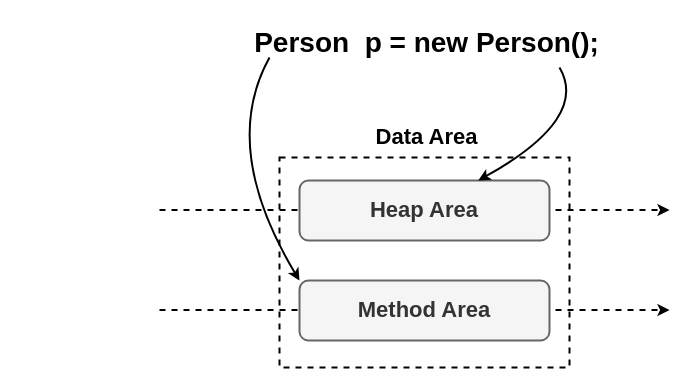
Before: heap-race.drawio in auula/draw.io, a draw.io diagram. Source tidied: cells renumbered, new cells numbered last; positions are measured from the earlier drawing's top-left corner, leaving out a move shared by most shapes. Both pictures are drawn from the tidied source at 100%, with x=0, y=0 at pixel (159, 17).
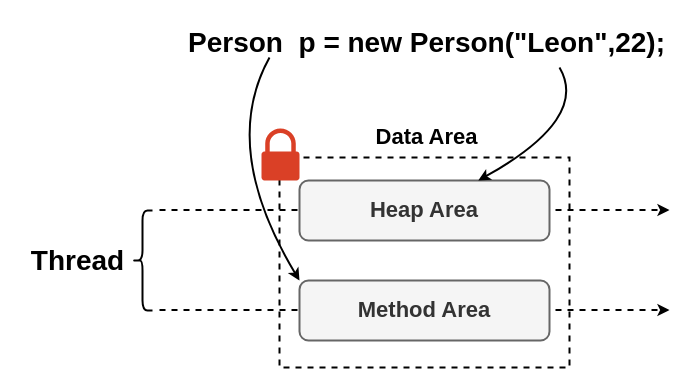
The same diagram, later.

The edit, as a diff of the source:
```diff
@@
 <mxGraphModel>
   <root>
     <mxCell id="0" />
     <mxCell id="1" parent="0" />
     <mxCell id="2" style="endArrow=classic;html=1;rounded=0;fontSize=22;strokeWidth=2;dashed=1;" parent="1" edge="1">
       <mxGeometry relative="1" as="geometry">
         <mxPoint y="292.5" as="sourcePoint" />
         <mxPoint x="510" y="292.5" as="targetPoint" />
       </mxGeometry>
     </mxCell>
     <mxCell id="3" style="endArrow=classic;html=1;rounded=0;fontSize=22;strokeWidth=2;dashed=1;" parent="1" edge="1">
       <mxGeometry relative="1" as="geometry">
         <mxPoint y="192.5" as="sourcePoint" />
         <mxPoint x="510" y="192.5" as="targetPoint" />
       </mxGeometry>
     </mxCell>
     <mxCell id="4" style="rounded=0;whiteSpace=wrap;html=1;strokeWidth=2;dashed=1;fillColor=none;" parent="1" vertex="1">
       <mxGeometry x="120" y="140" width="290" height="210" as="geometry" />
     </mxCell>
     <mxCell id="5" value="&lt;b&gt;&lt;font style=&quot;font-size: 22px;&quot;&gt;Heap Area&lt;/font&gt;&lt;/b&gt;" style="rounded=1;whiteSpace=wrap;html=1;strokeWidth=2;fillColor=#f5f5f5;strokeColor=#666666;fontColor=#333333;" parent="1" vertex="1">
       <mxGeometry x="140" y="163" width="250" height="60" as="geometry" />
     </mxCell>
     <mxCell id="6" value="&lt;b&gt;&lt;font style=&quot;font-size: 22px;&quot;&gt;Method Area&lt;/font&gt;&lt;/b&gt;" style="rounded=1;whiteSpace=wrap;html=1;strokeWidth=2;fillColor=#f5f5f5;fontColor=#333333;strokeColor=#666666;" parent="1" vertex="1">
       <mxGeometry x="140" y="263" width="250" height="60" as="geometry" />
     </mxCell>
     <mxCell id="7" value="&lt;b&gt;Data Area&lt;/b&gt;" style="text;html=1;align=center;verticalAlign=middle;fillColor=none;strokeColor=none;rounded=0;strokeWidth=2;fontSize=22;" parent="1" vertex="1">
       <mxGeometry x="202" y="100" width="130" height="40" as="geometry" />
     </mxCell>
-    <mxCell id="8" value="&lt;b&gt;&lt;font style=&quot;font-size: 28px;&quot;&gt;Person&amp;nbsp; p = new Person();&lt;/font&gt;&lt;/b&gt;" style="text;html=1;align=center;verticalAlign=middle;points=[];strokeColor=none;fillColor=none;" parent="1" vertex="1">
-      <mxGeometry x="82" width="370" height="50" as="geometry" />
+    <mxCell id="8" value="&lt;b&gt;&lt;font style=&quot;font-size: 28px;&quot;&gt;Person&amp;nbsp; p = new Person(&quot;Leon&quot;,22);&lt;/font&gt;&lt;/b&gt;" style="text;html=1;align=center;verticalAlign=middle;points=[];strokeColor=none;fillColor=none;" parent="1" vertex="1">
+      <mxGeometry x="17" width="500" height="50" as="geometry" />
     </mxCell>
     <mxCell id="9" style="curved=1;endArrow=classic;html=1;rounded=0;fontSize=28;strokeWidth=2;" parent="1" edge="1" source="8" target="5">
       <mxGeometry relative="1" as="geometry">
         <Array as="points">
           <mxPoint x="400" y="50" />
           <mxPoint x="430" y="101" />
         </Array>
       </mxGeometry>
     </mxCell>
     <mxCell id="10" style="curved=1;endArrow=classic;html=1;rounded=0;strokeWidth=2;fontSize=28;entryX=0;entryY=0;entryDx=0;entryDy=0;" parent="1" edge="1" target="6">
       <mxGeometry relative="1" as="geometry">
         <mxPoint x="110" y="40" as="sourcePoint" />
         <Array as="points">
           <mxPoint x="60" y="130" />
         </Array>
       </mxGeometry>
     </mxCell>
+    <mxCell id="11" style="sketch=0;shadow=0;dashed=0;html=1;strokeColor=none;labelPosition=center;verticalLabelPosition=bottom;verticalAlign=top;align=center;shape=mxgraph.office.security.lock_protected;fillColor=#DA4026;fontSize=28;" parent="1" vertex="1">
+      <mxGeometry x="102" y="111" width="38" height="52" as="geometry" />
+    </mxCell>
+    <mxCell id="12" value="&lt;b&gt;Thread&lt;/b&gt;" style="text;html=1;align=center;verticalAlign=middle;strokeColor=none;fillColor=none;fontSize=28;" parent="1" vertex="1">
+      <mxGeometry x="-142" y="218" width="120" height="50" as="geometry" />
+    </mxCell>
+    <mxCell id="13" style="shape=curlyBracket;whiteSpace=wrap;html=1;rounded=1;labelPosition=left;verticalLabelPosition=middle;align=right;verticalAlign=middle;fontSize=28;strokeWidth=2;" parent="1" vertex="1">
+      <mxGeometry x="-27" y="193" width="20" height="100" as="geometry" />
+    </mxCell>
   </root>
 </mxGraphModel>
```
